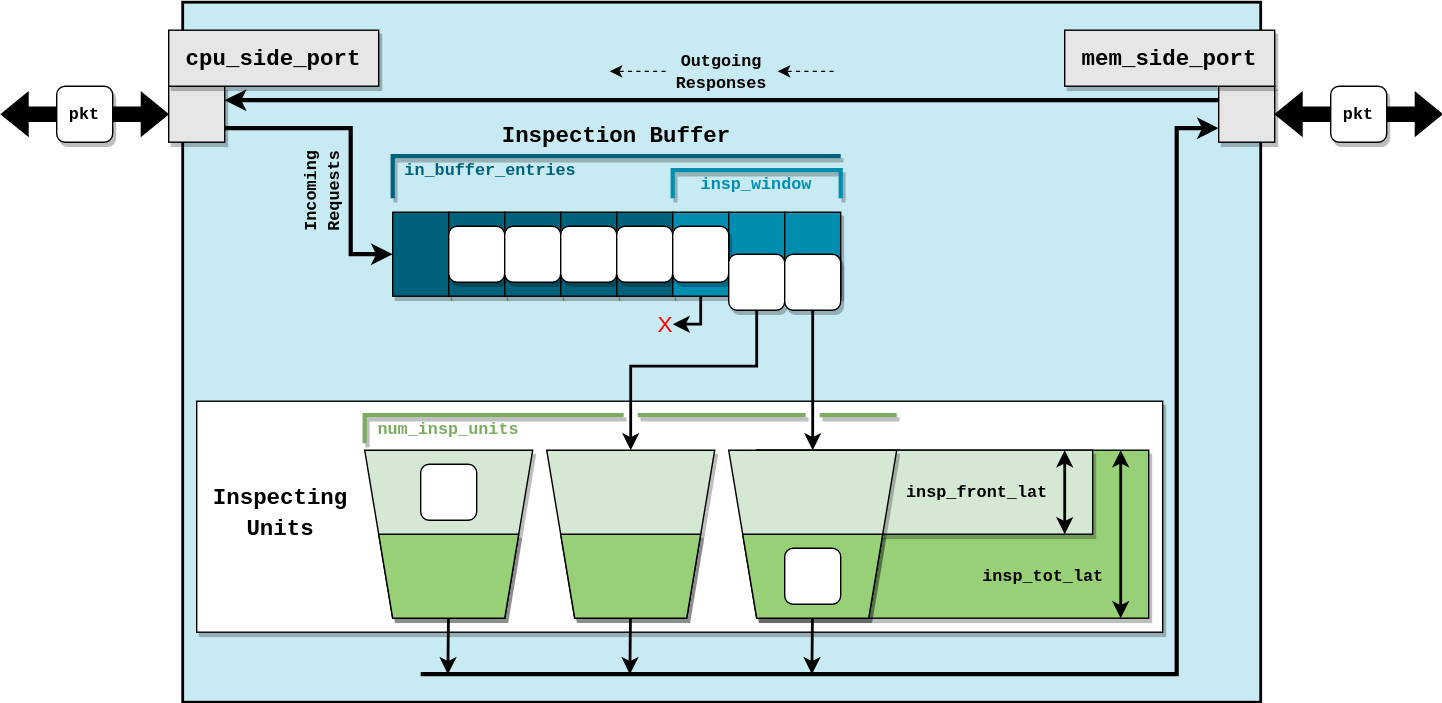
The draw.io diagram slides/03-Developing-gem5-models/04-ports-imgs/inspector-gadget.drawio.svg in gem5bootcamp/lps2024, before a commit. Source tidied: cells renumbered, new cells last; positions are measured from the earlier drawing's top-left corner, leaving out a move shared by most shapes.
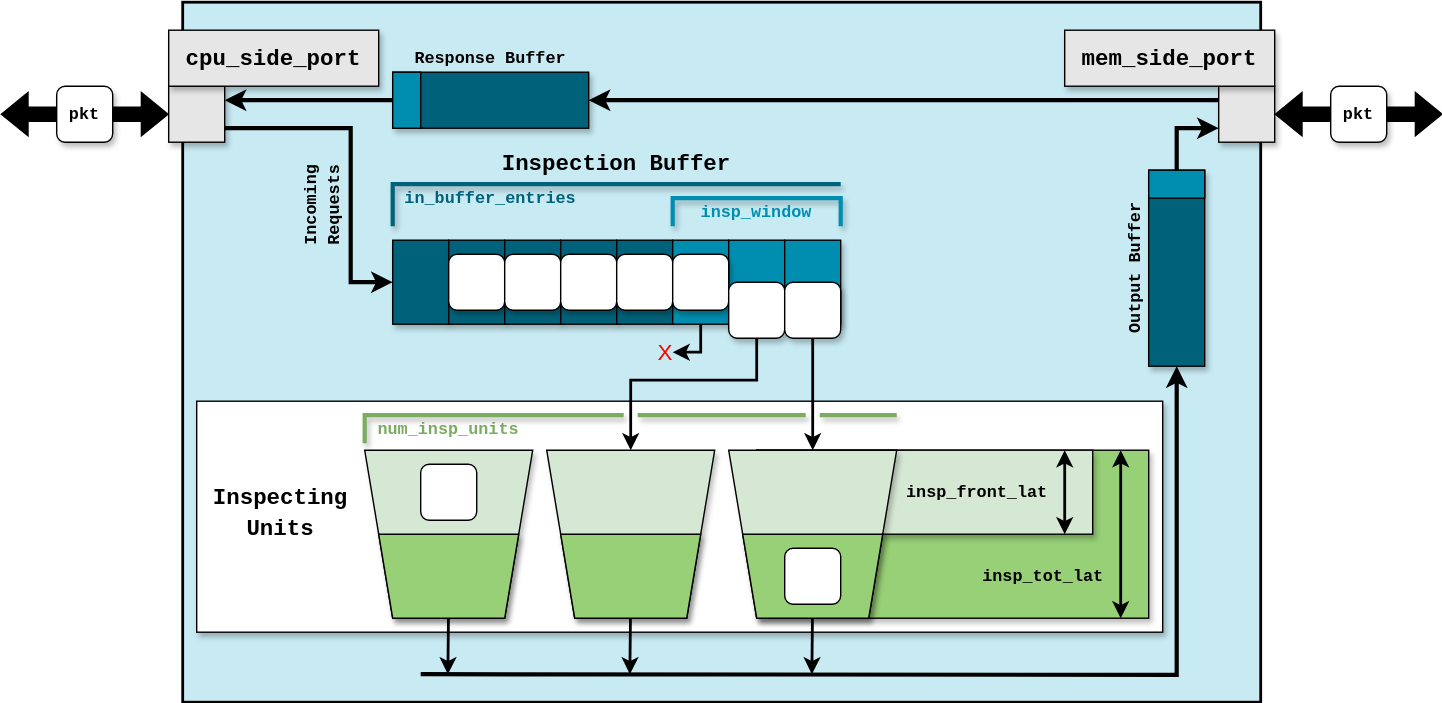
Above is the later version.

Commit message:
Updating inspector-gadget drawing.

The edit, as a diff of the source:
```diff
@@ -15,14 +15,13 @@
       <mxGeometry x="540" y="320" width="240" height="60" as="geometry" />
     </mxCell>
     <mxCell id="6" style="rounded=0;whiteSpace=wrap;html=1;fillColor=#00627A;shadow=1;" parent="1" vertex="1">
-      <mxGeometry x="280" y="150" width="40" height="60" as="geometry" />
+      <mxGeometry x="280" y="170" width="40" height="60" as="geometry" />
     </mxCell>
-    <mxCell id="7" style="edgeStyle=orthogonalEdgeStyle;rounded=0;jettySize=auto;html=1;entryX=0;entryY=0.5;entryDx=0;entryDy=0;strokeWidth=3;" parent="1" edge="1" target="6">
+    <mxCell id="7" style="edgeStyle=orthogonalEdgeStyle;rounded=0;jettySize=auto;html=1;entryX=0;entryY=0.5;entryDx=0;entryDy=0;strokeWidth=3;exitX=1;exitY=0.75;exitDx=0;exitDy=0;" parent="1" edge="1" source="8" target="6">
       <mxGeometry relative="1" as="geometry">
-        <mxPoint x="160" y="90" as="sourcePoint" />
         <Array as="points">
           <mxPoint x="250" y="90" />
-          <mxPoint x="250" y="180" />
+          <mxPoint x="250" y="200" />
         </Array>
       </mxGeometry>
     </mxCell>
@@ -41,16 +40,6 @@
     <mxCell id="12" style="shape=trapezoid;perimeter=trapezoidPerimeter;whiteSpace=wrap;html=1;fixedSize=1;rotation=-180;size=10;fillColor=#97D077;shadow=1;" parent="1" vertex="1">
       <mxGeometry x="400" y="380" width="100" height="60" as="geometry" />
     </mxCell>
-    <mxCell id="13" style="edgeStyle=orthogonalEdgeStyle;rounded=0;jettySize=auto;html=1;entryX=0;entryY=0.75;entryDx=0;entryDy=0;strokeWidth=3;" parent="1" edge="1" target="41">
-      <mxGeometry relative="1" as="geometry">
-        <mxPoint x="300" y="480" as="sourcePoint" />
-        <Array as="points">
-          <mxPoint x="300" y="480" />
-          <mxPoint x="840" y="480" />
-          <mxPoint x="840" y="90" />
-        </Array>
-      </mxGeometry>
-    </mxCell>
     <mxCell id="14" style="shape=trapezoid;perimeter=trapezoidPerimeter;whiteSpace=wrap;html=1;fixedSize=1;rotation=-180;size=10;fillColor=#97D077;shadow=1;" parent="1" vertex="1">
       <mxGeometry x="270" y="380" width="100" height="60" as="geometry" />
     </mxCell>
@@ -58,60 +47,60 @@
       <mxGeometry x="530" y="380" width="100" height="60" as="geometry" />
     </mxCell>
     <mxCell id="16" style="rounded=0;whiteSpace=wrap;html=1;fillColor=#00627A;shadow=1;" parent="1" vertex="1">
-      <mxGeometry x="320" y="150" width="40" height="60" as="geometry" />
+      <mxGeometry x="320" y="170" width="40" height="60" as="geometry" />
     </mxCell>
     <mxCell id="17" style="rounded=0;whiteSpace=wrap;html=1;fillColor=#00627A;shadow=1;" parent="1" vertex="1">
-      <mxGeometry x="360" y="150" width="40" height="60" as="geometry" />
+      <mxGeometry x="360" y="170" width="40" height="60" as="geometry" />
     </mxCell>
     <mxCell id="18" style="rounded=0;whiteSpace=wrap;html=1;fillColor=#00627A;shadow=1;" parent="1" vertex="1">
-      <mxGeometry x="400" y="150" width="40" height="60" as="geometry" />
+      <mxGeometry x="400" y="170" width="40" height="60" as="geometry" />
     </mxCell>
     <mxCell id="19" style="rounded=0;whiteSpace=wrap;html=1;fillColor=#00627A;shadow=1;" parent="1" vertex="1">
-      <mxGeometry x="440" y="150" width="40" height="60" as="geometry" />
+      <mxGeometry x="440" y="170" width="40" height="60" as="geometry" />
     </mxCell>
     <mxCell id="20" style="edgeStyle=orthogonalEdgeStyle;rounded=0;jettySize=auto;html=1;exitX=0.5;exitY=1;exitDx=0;exitDy=0;entryX=1;entryY=0.5;entryDx=0;entryDy=0;strokeWidth=2;" parent="1" edge="1" source="21" target="31">
       <mxGeometry relative="1" as="geometry">
         <Array as="points">
-          <mxPoint x="500" y="230" />
+          <mxPoint x="500" y="250" />
         </Array>
       </mxGeometry>
     </mxCell>
     <mxCell id="21" style="rounded=0;whiteSpace=wrap;html=1;fillColor=#008EB0;shadow=1;" parent="1" vertex="1">
-      <mxGeometry x="480" y="150" width="40" height="60" as="geometry" />
+      <mxGeometry x="480" y="170" width="40" height="60" as="geometry" />
     </mxCell>
     <mxCell id="22" style="rounded=0;whiteSpace=wrap;html=1;fillColor=#008EB0;shadow=1;" parent="1" vertex="1">
-      <mxGeometry x="520" y="150" width="40" height="60" as="geometry" />
+      <mxGeometry x="520" y="170" width="40" height="60" as="geometry" />
     </mxCell>
     <mxCell id="23" style="rounded=0;whiteSpace=wrap;html=1;fillColor=#008EB0;shadow=1;" parent="1" vertex="1">
-      <mxGeometry x="560" y="150" width="40" height="60" as="geometry" />
+      <mxGeometry x="560" y="170" width="40" height="60" as="geometry" />
     </mxCell>
     <mxCell id="24" style="edgeStyle=orthogonalEdgeStyle;rounded=0;jettySize=auto;html=1;exitX=0.5;exitY=1;exitDx=0;exitDy=0;entryX=0.5;entryY=1;entryDx=0;entryDy=0;strokeWidth=2;" parent="1" edge="1" source="61" target="11">
       <mxGeometry relative="1" as="geometry" />
     </mxCell>
     <mxCell id="25" style="curved=0;endArrow=none;html=1;rounded=0;endFill=0;strokeWidth=3;strokeColor=#008EB0;shadow=1;" parent="1" edge="1">
       <mxGeometry relative="1" as="geometry">
-        <mxPoint x="480" y="140" as="sourcePoint" />
-        <mxPoint x="600" y="140" as="targetPoint" />
+        <mxPoint x="480" y="160" as="sourcePoint" />
+        <mxPoint x="600" y="160" as="targetPoint" />
         <Array as="points">
-          <mxPoint x="480" y="120" />
-          <mxPoint x="600" y="120" />
+          <mxPoint x="480" y="140" />
+          <mxPoint x="600" y="140" />
         </Array>
       </mxGeometry>
     </mxCell>
     <mxCell id="26" value="&lt;font face=&quot;Courier New&quot;&gt;insp_window&lt;/font&gt;" style="text;html=1;align=center;verticalAlign=middle;whiteSpace=wrap;rounded=0;fontColor=#008EB0;fontStyle=1;" parent="1" vertex="1">
-      <mxGeometry x="490" y="120" width="100" height="20" as="geometry" />
+      <mxGeometry x="490" y="140" width="100" height="20" as="geometry" />
     </mxCell>
     <mxCell id="27" style="curved=0;endArrow=none;html=1;rounded=0;endFill=0;strokeWidth=3;strokeColor=#00627A;shadow=1;" parent="1" edge="1">
       <mxGeometry relative="1" as="geometry">
-        <mxPoint x="280" y="140" as="sourcePoint" />
-        <mxPoint x="600" y="110" as="targetPoint" />
+        <mxPoint x="280" y="160" as="sourcePoint" />
+        <mxPoint x="600" y="130" as="targetPoint" />
         <Array as="points">
-          <mxPoint x="280" y="110" />
+          <mxPoint x="280" y="130" />
         </Array>
       </mxGeometry>
     </mxCell>
     <mxCell id="28" value="&lt;font face=&quot;Courier New&quot;&gt;in_buffer_entries&lt;/font&gt;" style="text;html=1;align=center;verticalAlign=middle;whiteSpace=wrap;rounded=0;fontColor=#00627A;fontStyle=1;shadow=0;" parent="1" vertex="1">
-      <mxGeometry x="290" y="110" width="120" height="20" as="geometry" />
+      <mxGeometry x="290" y="130" width="120" height="20" as="geometry" />
     </mxCell>
     <mxCell id="29" style="rounded=1;whiteSpace=wrap;html=1;" parent="1" vertex="1">
       <mxGeometry x="300" y="330" width="40" height="40" as="geometry" />
@@ -120,13 +109,13 @@
       <mxGeometry x="560" y="390" width="40" height="40" as="geometry" />
     </mxCell>
     <mxCell id="31" value="&lt;font color=&quot;#ff0000&quot; style=&quot;font-size: 16px;&quot;&gt;X&lt;/font&gt;" style="text;html=1;align=center;verticalAlign=middle;whiteSpace=wrap;rounded=0;" parent="1" vertex="1">
-      <mxGeometry x="470" y="220" width="10" height="20" as="geometry" />
+      <mxGeometry x="470" y="240" width="10" height="20" as="geometry" />
     </mxCell>
     <mxCell id="32" value="&lt;font style=&quot;font-size: 16px;&quot; color=&quot;#000000&quot; face=&quot;Courier New&quot;&gt;Inspecting&lt;br style=&quot;font-size: 16px;&quot;&gt;&lt;/font&gt;&lt;div style=&quot;font-size: 16px;&quot;&gt;&lt;font style=&quot;font-size: 16px;&quot; color=&quot;#000000&quot; face=&quot;Courier New&quot;&gt;Units&lt;/font&gt;&lt;/div&gt;" style="text;html=1;align=center;verticalAlign=middle;whiteSpace=wrap;rounded=0;fontColor=#008EB0;fontStyle=1;horizontal=1;fontSize=16;" parent="1" vertex="1">
       <mxGeometry x="170" y="290" width="60" height="150" as="geometry" />
     </mxCell>
     <mxCell id="33" value="&lt;font face=&quot;Courier New&quot; style=&quot;font-size: 16px;&quot;&gt;Inspection Buffer&lt;/font&gt;" style="text;html=1;align=center;verticalAlign=middle;whiteSpace=wrap;rounded=0;fontColor=#000000;fontStyle=1;fontSize=16;" parent="1" vertex="1">
-      <mxGeometry x="280" y="80" width="320" height="30" as="geometry" />
+      <mxGeometry x="280" y="100" width="320" height="30" as="geometry" />
     </mxCell>
     <mxCell id="34" style="edgeStyle=orthogonalEdgeStyle;rounded=0;jettySize=auto;html=1;exitX=0.5;exitY=1;exitDx=0;exitDy=0;entryX=0.5;entryY=1;entryDx=0;entryDy=0;strokeWidth=2;" parent="1" edge="1" source="22" target="60">
       <mxGeometry relative="1" as="geometry" />
@@ -134,8 +123,8 @@
     <mxCell id="35" style="edgeStyle=orthogonalEdgeStyle;rounded=0;jettySize=auto;html=1;exitX=0.5;exitY=1;exitDx=0;exitDy=0;entryX=0.5;entryY=1;entryDx=0;entryDy=0;strokeWidth=2;" parent="1" edge="1" source="60" target="10">
       <mxGeometry relative="1" as="geometry">
         <Array as="points">
-          <mxPoint x="540" y="260" />
-          <mxPoint x="450" y="260" />
+          <mxPoint x="540" y="270" />
+          <mxPoint x="450" y="270" />
         </Array>
       </mxGeometry>
     </mxCell>
@@ -157,13 +146,8 @@
         <mxPoint x="800" y="320" as="targetPoint" />
       </mxGeometry>
     </mxCell>
-    <mxCell id="40" style="edgeStyle=orthogonalEdgeStyle;rounded=0;jettySize=auto;html=1;exitX=0;exitY=0.25;exitDx=0;exitDy=0;entryX=1;entryY=0.25;entryDx=0;entryDy=0;strokeWidth=3;" parent="1" edge="1" source="41" target="8">
-      <mxGeometry relative="1" as="geometry">
-        <Array as="points">
-          <mxPoint x="500" y="70" />
-          <mxPoint x="500" y="70" />
-        </Array>
-      </mxGeometry>
+    <mxCell id="40" style="edgeStyle=orthogonalEdgeStyle;rounded=0;jettySize=auto;html=1;exitX=0;exitY=0.25;exitDx=0;exitDy=0;entryX=1;entryY=0.5;entryDx=0;entryDy=0;strokeWidth=3;" parent="1" edge="1" source="41" target="66">
+      <mxGeometry relative="1" as="geometry" />
     </mxCell>
     <mxCell id="41" style="rounded=0;whiteSpace=wrap;html=1;fillColor=#E6E6E6;shadow=1;" parent="1" vertex="1">
       <mxGeometry x="870" y="60" width="40" height="40" as="geometry" />
@@ -186,23 +170,11 @@
         <mxPoint x="319.8" y="440" as="targetPoint" />
       </mxGeometry>
     </mxCell>
-    <mxCell id="45" value="&lt;font style=&quot;font-size: 12px;&quot; face=&quot;Courier New&quot;&gt;Outgoing&lt;/font&gt;&lt;div style=&quot;font-size: 12px;&quot;&gt;&lt;font style=&quot;font-size: 12px;&quot; face=&quot;Courier New&quot;&gt;Responses&lt;/font&gt;&lt;/div&gt;" style="text;html=1;align=center;verticalAlign=middle;whiteSpace=wrap;rounded=0;fontColor=#000000;fontStyle=1;fontSize=12;" parent="1" vertex="1">
-      <mxGeometry x="475" y="30" width="80" height="40" as="geometry" />
+    <mxCell id="45" value="&lt;font face=&quot;Courier New&quot;&gt;Response Buffer&lt;/font&gt;" style="text;html=1;align=center;verticalAlign=middle;whiteSpace=wrap;rounded=0;fontColor=#000000;fontStyle=1;fontSize=12;" parent="1" vertex="1">
+      <mxGeometry x="280" y="30" width="140" height="20" as="geometry" />
     </mxCell>
-    <mxCell id="46" style="endArrow=classic;html=1;rounded=0;dashed=1;" parent="1" edge="1">
-      <mxGeometry relative="1" as="geometry">
-        <mxPoint x="475" y="49.4" as="sourcePoint" />
-        <mxPoint x="435" y="49.4" as="targetPoint" />
-      </mxGeometry>
-    </mxCell>
-    <mxCell id="47" style="endArrow=classic;html=1;rounded=0;dashed=1;" parent="1" edge="1">
-      <mxGeometry relative="1" as="geometry">
-        <mxPoint x="595" y="49.4" as="sourcePoint" />
-        <mxPoint x="555" y="49.4" as="targetPoint" />
-      </mxGeometry>
-    </mxCell>
     <mxCell id="48" value="&lt;font face=&quot;Courier New&quot;&gt;Incoming Requests&lt;/font&gt;" style="text;html=1;align=center;verticalAlign=middle;whiteSpace=wrap;rounded=0;fontColor=#000000;fontStyle=1;horizontal=0;" parent="1" vertex="1">
-      <mxGeometry x="210" y="90" width="40" height="90" as="geometry" />
+      <mxGeometry x="210" y="90" width="40" height="110" as="geometry" />
     </mxCell>
     <mxCell id="49" style="shape=flexArrow;endArrow=classic;html=1;rounded=0;fillColor=#000000;startArrow=block;" parent="1" edge="1">
       <mxGeometry relative="1" as="geometry">
@@ -226,25 +198,25 @@
       <mxGeometry x="770" y="20" width="130" height="40" as="geometry" />
     </mxCell>
     <mxCell id="55" style="rounded=1;whiteSpace=wrap;html=1;shadow=1;" parent="1" vertex="1">
-      <mxGeometry x="320" y="160" width="40" height="40" as="geometry" />
+      <mxGeometry x="320" y="180" width="40" height="40" as="geometry" />
     </mxCell>
     <mxCell id="56" style="rounded=1;whiteSpace=wrap;html=1;shadow=1;" parent="1" vertex="1">
-      <mxGeometry x="360" y="160" width="40" height="40" as="geometry" />
+      <mxGeometry x="360" y="180" width="40" height="40" as="geometry" />
     </mxCell>
     <mxCell id="57" style="rounded=1;whiteSpace=wrap;html=1;shadow=1;" parent="1" vertex="1">
-      <mxGeometry x="400" y="160" width="40" height="40" as="geometry" />
+      <mxGeometry x="400" y="180" width="40" height="40" as="geometry" />
     </mxCell>
     <mxCell id="58" style="rounded=1;whiteSpace=wrap;html=1;shadow=1;" parent="1" vertex="1">
-      <mxGeometry x="440" y="160" width="40" height="40" as="geometry" />
+      <mxGeometry x="440" y="180" width="40" height="40" as="geometry" />
     </mxCell>
     <mxCell id="59" style="rounded=1;whiteSpace=wrap;html=1;shadow=1;" parent="1" vertex="1">
-      <mxGeometry x="480" y="160" width="40" height="40" as="geometry" />
+      <mxGeometry x="480" y="180" width="40" height="40" as="geometry" />
     </mxCell>
     <mxCell id="60" style="rounded=1;whiteSpace=wrap;html=1;shadow=1;" parent="1" vertex="1">
-      <mxGeometry x="520" y="180" width="40" height="40" as="geometry" />
+      <mxGeometry x="520" y="200" width="40" height="40" as="geometry" />
     </mxCell>
     <mxCell id="61" style="rounded=1;whiteSpace=wrap;html=1;shadow=1;" parent="1" vertex="1">
-      <mxGeometry x="560" y="180" width="40" height="40" as="geometry" />
+      <mxGeometry x="560" y="200" width="40" height="40" as="geometry" />
     </mxCell>
     <mxCell id="62" style="shape=flexArrow;endArrow=classic;html=1;rounded=0;fillColor=#000000;startArrow=block;" parent="1" edge="1">
       <mxGeometry relative="1" as="geometry">
@@ -267,5 +239,33 @@
         </Array>
       </mxGeometry>
     </mxCell>
+    <mxCell id="66" style="rounded=0;whiteSpace=wrap;html=1;shadow=1;fillColor=#00627A;" parent="1" vertex="1">
+      <mxGeometry x="280" y="50" width="140" height="40" as="geometry" />
+    </mxCell>
+    <mxCell id="67" style="edgeStyle=orthogonalEdgeStyle;rounded=0;jettySize=auto;html=1;exitX=0;exitY=0.5;exitDx=0;exitDy=0;entryX=1;entryY=0.5;entryDx=0;entryDy=0;strokeWidth=3;" parent="1" edge="1" source="68">
+      <mxGeometry relative="1" as="geometry">
+        <mxPoint x="160" y="70" as="targetPoint" />
+      </mxGeometry>
+    </mxCell>
+    <mxCell id="68" style="rounded=0;whiteSpace=wrap;html=1;fillColor=#008EB0;" parent="1" vertex="1">
+      <mxGeometry x="280" y="50" width="20" height="40" as="geometry" />
+    </mxCell>
+    <mxCell id="69" style="edgeStyle=orthogonalEdgeStyle;rounded=0;jettySize=auto;html=1;entryX=0.5;entryY=1;entryDx=0;entryDy=0;strokeWidth=3;" parent="1" edge="1" target="70">
+      <mxGeometry relative="1" as="geometry">
+        <mxPoint x="300" y="480" as="sourcePoint" />
+      </mxGeometry>
+    </mxCell>
+    <mxCell id="70" style="rounded=0;whiteSpace=wrap;html=1;shadow=1;fillColor=#00627A;" parent="1" vertex="1">
+      <mxGeometry x="820" y="120" width="40" height="140" as="geometry" />
+    </mxCell>
+    <mxCell id="71" style="edgeStyle=orthogonalEdgeStyle;rounded=0;jettySize=auto;html=1;entryX=0;entryY=0.75;entryDx=0;entryDy=0;strokeWidth=3;exitX=0.5;exitY=0;exitDx=0;exitDy=0;" parent="1" edge="1" source="70" target="41">
+      <mxGeometry relative="1" as="geometry" />
+    </mxCell>
+    <mxCell id="72" style="rounded=0;whiteSpace=wrap;html=1;fillColor=#008EB0;" parent="1" vertex="1">
+      <mxGeometry x="820" y="120" width="40" height="20" as="geometry" />
+    </mxCell>
+    <mxCell id="73" value="&lt;font face=&quot;Courier New&quot;&gt;Output Buffer&lt;/font&gt;" style="text;html=1;align=center;verticalAlign=middle;whiteSpace=wrap;rounded=0;fontColor=#000000;fontStyle=1;fontSize=12;rotation=-90;" parent="1" vertex="1">
+      <mxGeometry x="740" y="180" width="140" height="20" as="geometry" />
+    </mxCell>
   </root>
 </mxGraphModel>
```
